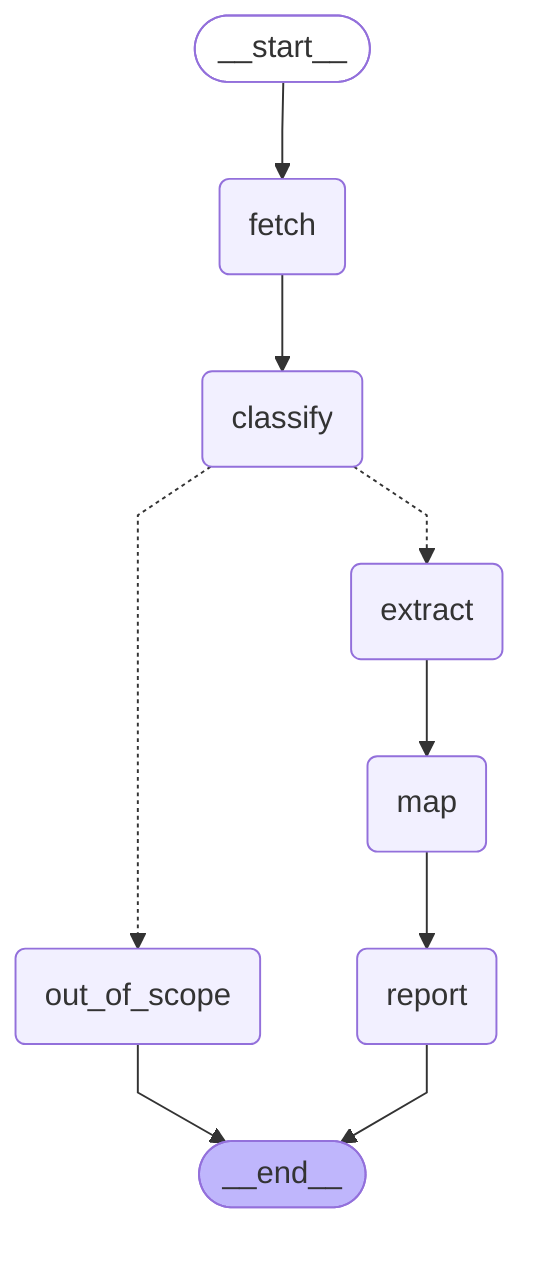
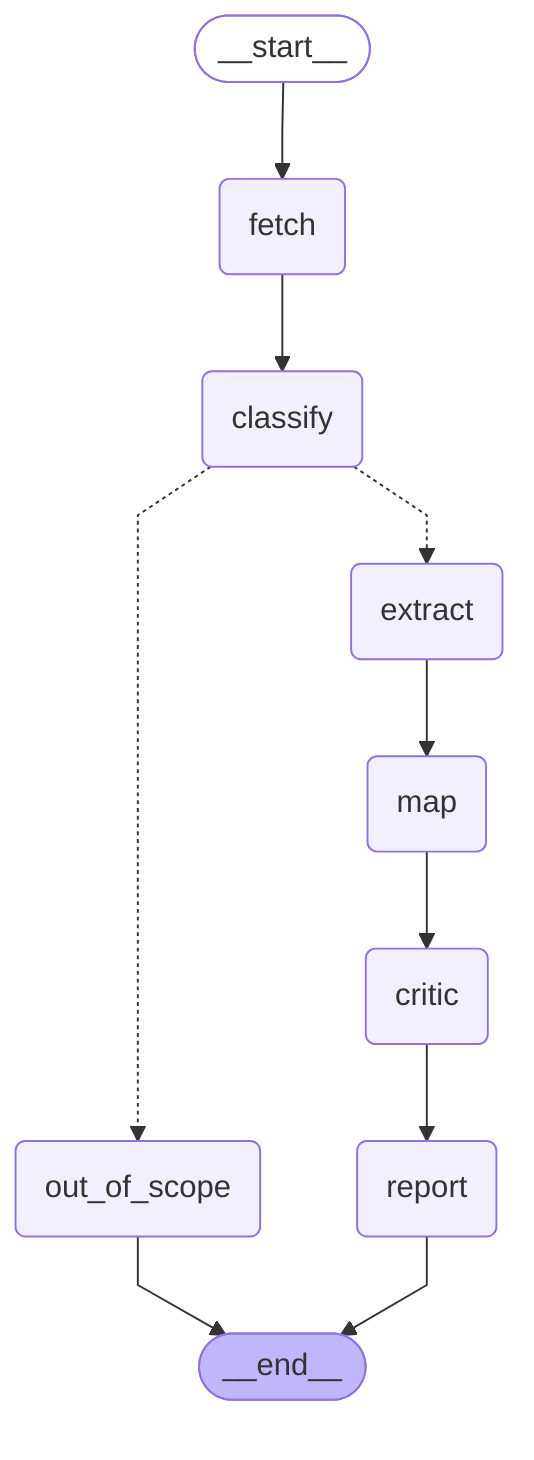
---
config:
  flowchart:
    curve: linear
---
graph TD;
	__start__([<p>__start__</p>]):::first
	fetch(fetch)
	classify(classify)
	extract(extract)
	map(map)
+ 	critic(critic)
	report(report)
	out_of_scope(out_of_scope)
	__end__([<p>__end__</p>]):::last
	__start__ --> fetch;
	classify -.-> extract;
	classify -.-> out_of_scope;
+ 	critic --> report;
	extract --> map;
	fetch --> classify;
- 	map --> report;
+ 	map --> critic;
	out_of_scope --> __end__;
	report --> __end__;
	classDef default fill:#f2f0ff,line-height:1.2
	classDef first fill-opacity:0
	classDef last fill:#bfb6fc
